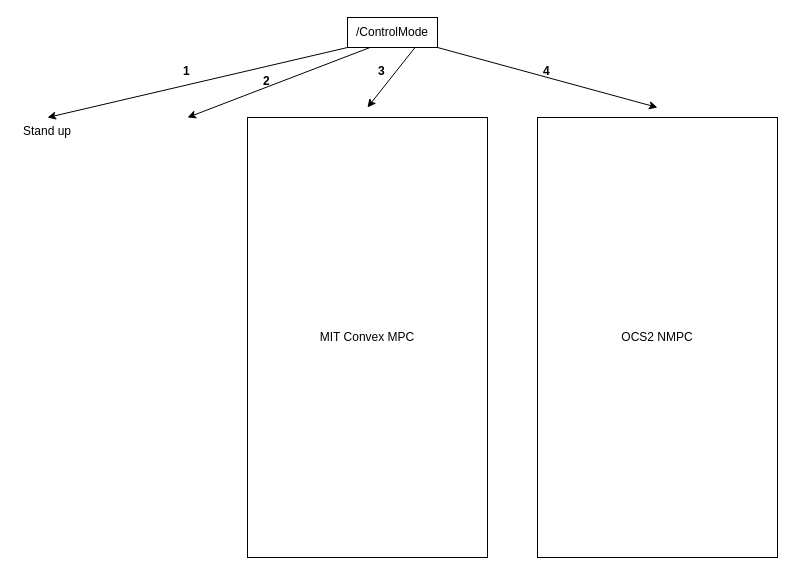
Above: page "Control" (1 of 6) of legged_software_high_level.drawio in max-assel/legged_software_diagram (draw.io), before the change. Source tidied: cells renumbered, new cells numbered last; positions are measured from the earlier drawing's top-left corner, leaving out a move shared by most shapes. Both pictures are drawn from the tidied source at 100%, with x=0, y=0 at pixel (17, 17).
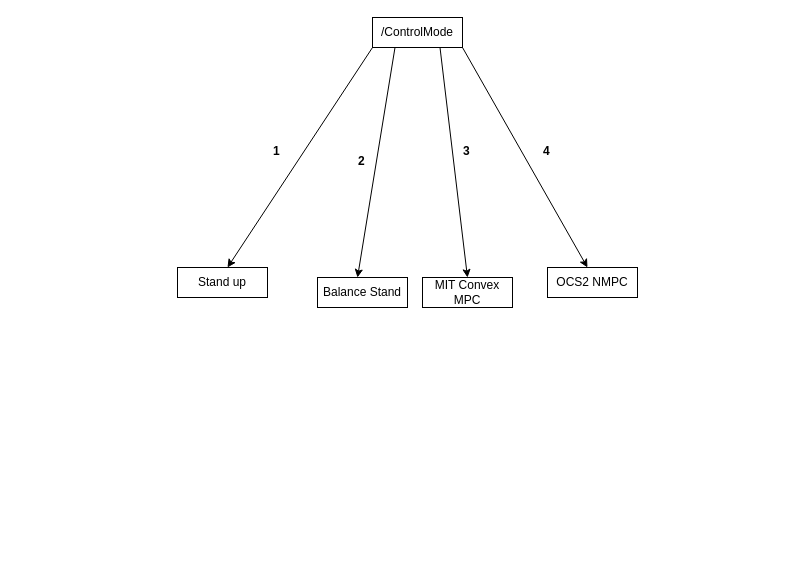
The same page after the edit.

What changed in the source:
```diff
@@
 <mxGraphModel>
   <root>
     <mxCell id="0" />
     <mxCell id="1" parent="0" />
     <mxCell id="2" value="/ControlMode" style="rounded=0;whiteSpace=wrap;html=1;" parent="1" vertex="1">
-      <mxGeometry x="330" width="90" height="30" as="geometry" />
+      <mxGeometry x="355" width="90" height="30" as="geometry" />
     </mxCell>
     <mxCell id="3" style="endArrow=classic;html=1;rounded=0;exitX=0;exitY=1;exitDx=0;exitDy=0;" parent="1" edge="1" source="2">
       <mxGeometry relative="1" as="geometry">
-        <mxPoint x="30" y="100" as="targetPoint" />
+        <mxPoint x="210" y="250" as="targetPoint" />
       </mxGeometry>
     </mxCell>
     <mxCell id="4" style="endArrow=classic;html=1;rounded=0;exitX=0.25;exitY=1;exitDx=0;exitDy=0;" parent="1" edge="1" source="2">
       <mxGeometry relative="1" as="geometry">
-        <mxPoint x="170" y="100" as="targetPoint" />
+        <mxPoint x="340" y="260" as="targetPoint" />
       </mxGeometry>
     </mxCell>
     <mxCell id="5" style="endArrow=classic;html=1;rounded=0;exitX=0.75;exitY=1;exitDx=0;exitDy=0;" parent="1" edge="1" source="2">
       <mxGeometry relative="1" as="geometry">
-        <mxPoint x="350" y="90" as="targetPoint" />
+        <mxPoint x="450" y="260" as="targetPoint" />
       </mxGeometry>
     </mxCell>
     <mxCell id="6" style="endArrow=classic;html=1;rounded=0;exitX=1;exitY=1;exitDx=0;exitDy=0;" parent="1" edge="1" source="2">
       <mxGeometry relative="1" as="geometry">
-        <mxPoint x="640" y="90" as="targetPoint" />
+        <mxPoint x="570" y="250" as="targetPoint" />
       </mxGeometry>
     </mxCell>
     <mxCell id="7" value="&lt;b&gt;1&lt;/b&gt;" style="text;strokeColor=none;fillColor=none;spacingLeft=4;spacingRight=4;overflow=hidden;fontSize=12;whiteSpace=wrap;html=1;" parent="1" vertex="1">
-      <mxGeometry x="160" y="40" width="20" height="30" as="geometry" />
+      <mxGeometry x="250" y="120" width="20" height="30" as="geometry" />
     </mxCell>
     <mxCell id="8" value="&lt;b&gt;2&lt;/b&gt;" style="text;strokeColor=none;fillColor=none;spacingLeft=4;spacingRight=4;overflow=hidden;fontSize=12;whiteSpace=wrap;html=1;" parent="1" vertex="1">
-      <mxGeometry x="240" y="50" width="20" height="30" as="geometry" />
+      <mxGeometry x="335" y="130" width="20" height="30" as="geometry" />
     </mxCell>
     <mxCell id="9" value="&lt;b&gt;3&lt;/b&gt;" style="text;strokeColor=none;fillColor=none;spacingLeft=4;spacingRight=4;overflow=hidden;fontSize=12;whiteSpace=wrap;html=1;" parent="1" vertex="1">
-      <mxGeometry x="355" y="40" width="20" height="30" as="geometry" />
+      <mxGeometry x="440" y="120" width="20" height="30" as="geometry" />
     </mxCell>
     <mxCell id="10" value="&lt;b&gt;4&lt;/b&gt;" style="text;strokeColor=none;fillColor=none;spacingLeft=4;spacingRight=4;overflow=hidden;fontSize=12;whiteSpace=wrap;html=1;" parent="1" vertex="1">
-      <mxGeometry x="520" y="40" width="20" height="30" as="geometry" />
+      <mxGeometry x="520" y="120" width="20" height="30" as="geometry" />
     </mxCell>
+    <mxCell id="12" value="Stand up" style="rounded=0;whiteSpace=wrap;html=1;" parent="1" vertex="1">
+      <mxGeometry x="160" y="250" width="90" height="30" as="geometry" />
+    </mxCell>
+    <mxCell id="14" value="Balance Stand" style="rounded=0;whiteSpace=wrap;html=1;" parent="1" vertex="1">
+      <mxGeometry x="300" y="260" width="90" height="30" as="geometry" />
+    </mxCell>
     <mxCell id="11" value="MIT Convex MPC" style="rounded=0;whiteSpace=wrap;html=1;" parent="1" vertex="1">
-      <mxGeometry x="230" y="100" width="240" height="440" as="geometry" />
+      <mxGeometry x="405" y="260" width="90" height="30" as="geometry" />
     </mxCell>
-    <mxCell id="12" value="Stand up" style="text;strokeColor=none;fillColor=none;spacingLeft=4;spacingRight=4;overflow=hidden;fontSize=12;whiteSpace=wrap;html=1;" parent="1" vertex="1">
-      <mxGeometry y="100" width="60" height="30" as="geometry" />
-    </mxCell>
     <mxCell id="13" value="OCS2 NMPC" style="rounded=0;whiteSpace=wrap;html=1;" parent="1" vertex="1">
-      <mxGeometry x="520" y="100" width="240" height="440" as="geometry" />
+      <mxGeometry x="530" y="250" width="90" height="30" as="geometry" />
     </mxCell>
   </root>
 </mxGraphModel>
```
